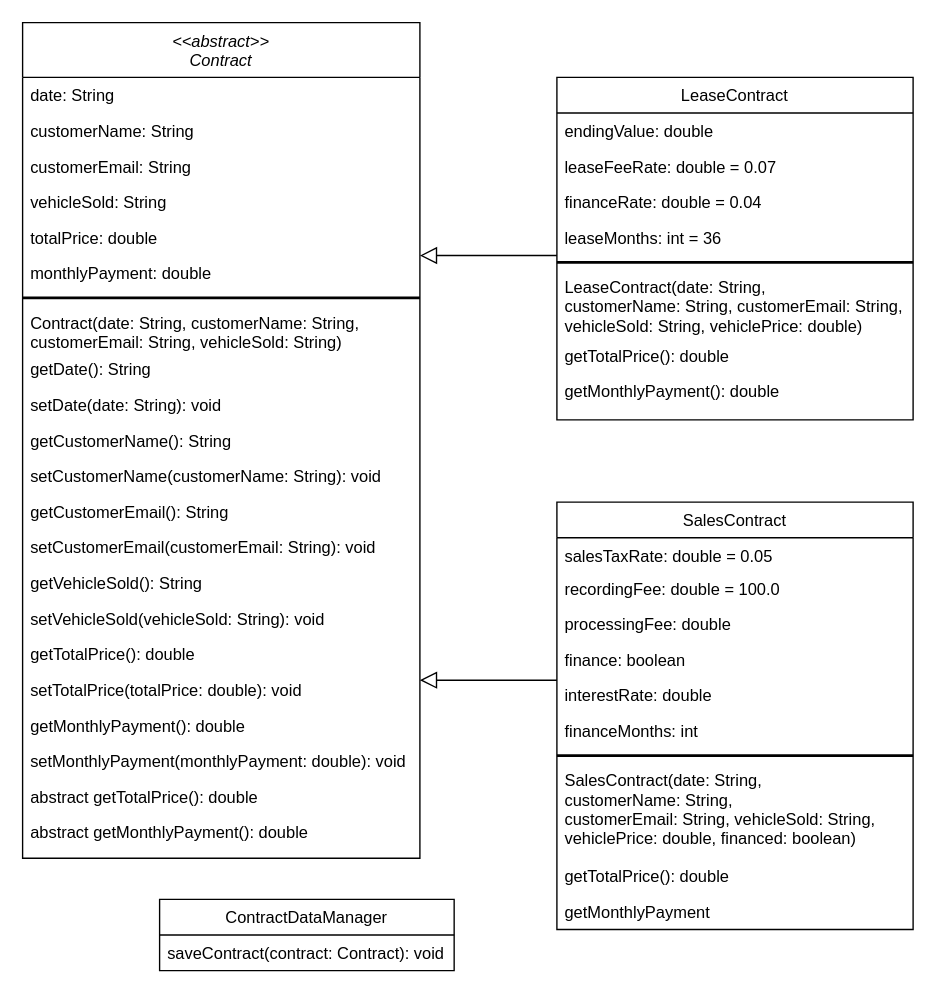
The draw.io diagram Dealership2UML.drawio in aolvera30/Dealership-System-Part-2, before the edit. Source tidied: cells renumbered, new cells numbered last; positions are measured from the earlier drawing's top-left corner, leaving out a move shared by most shapes. Both pictures are drawn from the tidied source at 137%, with x=0, y=0 at pixel (22, 22).
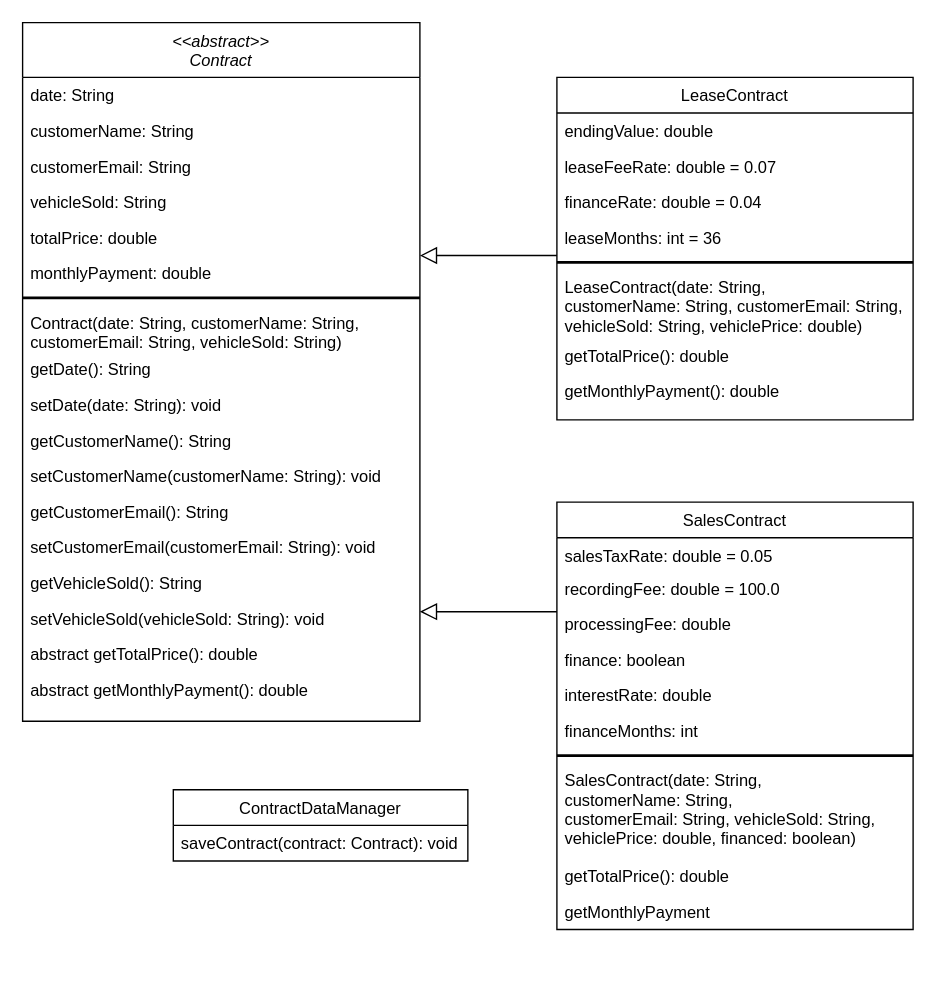
The same diagram, later.

What changed in the source:
```diff
@@
     <mxCell id="2" value="&lt;&lt;abstract&gt;&gt;&#10;Contract" style="swimlane;fontStyle=2;align=center;verticalAlign=top;horizontal=1;startSize=40;rounded=0;shadow=0;strokeWidth=1;" parent="1" vertex="1">
-      <mxGeometry width="290" height="610" as="geometry" />
+      <mxGeometry width="290" height="510" as="geometry" />
     </mxCell>
@@
-    <mxCell id="19" value="getTotalPrice(): double" style="text;align=left;verticalAlign=top;spacingLeft=4;spacingRight=4;overflow=hidden;" parent="2" vertex="1">
-      <mxGeometry y="448" width="290" height="26" as="geometry" />
-    </mxCell>
-    <mxCell id="20" value="setTotalPrice(totalPrice: double): void" style="text;align=left;verticalAlign=top;spacingLeft=4;spacingRight=4;overflow=hidden;" parent="2" vertex="1">
-      <mxGeometry y="474" width="290" height="26" as="geometry" />
-    </mxCell>
-    <mxCell id="21" value="getMonthlyPayment(): double" style="text;align=left;verticalAlign=top;spacingLeft=4;spacingRight=4;overflow=hidden;" parent="2" vertex="1">
-      <mxGeometry y="500" width="290" height="26" as="geometry" />
-    </mxCell>
-    <mxCell id="22" value="setMonthlyPayment(monthlyPayment: double): void" style="text;align=left;verticalAlign=top;spacingLeft=4;spacingRight=4;overflow=hidden;" parent="2" vertex="1">
-      <mxGeometry y="526" width="290" height="26" as="geometry" />
-    </mxCell>
     <mxCell id="23" value="abstract getTotalPrice(): double" style="text;align=left;verticalAlign=top;spacingLeft=4;spacingRight=4;overflow=hidden;" parent="2" vertex="1">
-      <mxGeometry y="552" width="290" height="26" as="geometry" />
+      <mxGeometry y="448" width="290" height="26" as="geometry" />
     </mxCell>
     <mxCell id="24" value="abstract getMonthlyPayment(): double" style="text;align=left;verticalAlign=top;spacingLeft=4;spacingRight=4;overflow=hidden;" parent="2" vertex="1">
-      <mxGeometry y="578" width="290" height="26" as="geometry" />
+      <mxGeometry y="474" width="290" height="26" as="geometry" />
     </mxCell>
@@
     <mxCell id="37" value="ContractDataManager" style="swimlane;fontStyle=0;align=center;verticalAlign=top;horizontal=1;startSize=26;rounded=0;shadow=0;strokeWidth=1;" parent="1" vertex="1">
-      <mxGeometry x="100" y="640" width="215" height="52" as="geometry" />
+      <mxGeometry x="110" y="560" width="215" height="52" as="geometry" />
     </mxCell>
```
